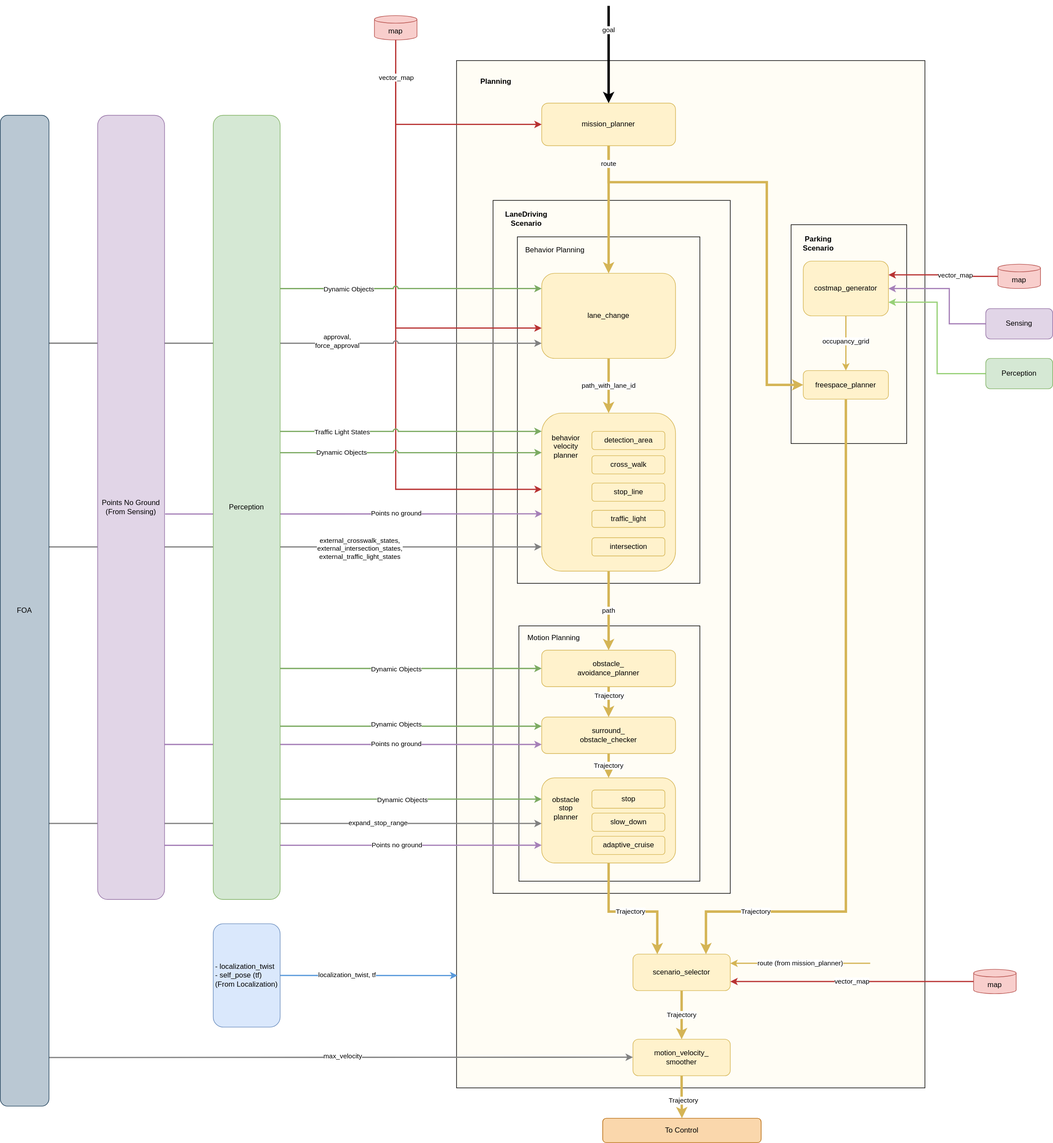
autowarefoundation/autoware.universe keeps this draw.io diagram as docs/design/software_architecture/Planning/image/autoware-iv-planning-v1.0.0.main.drawio.svg. Above is the earlier version. Source tidied: cells renumbered, new cells last; positions are measured from the earlier drawing's top-left corner, leaving out a move shared by most shapes.
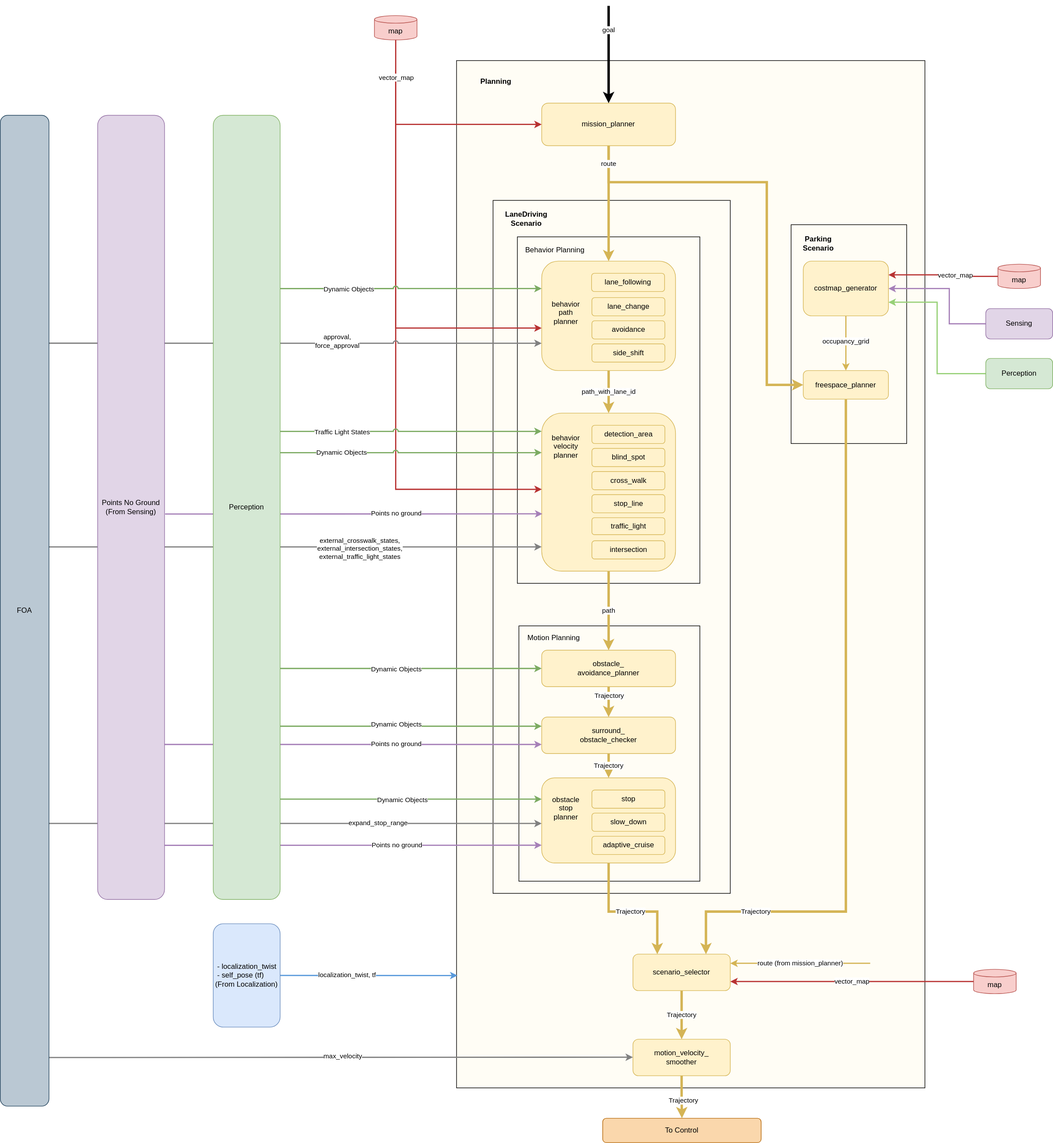
The same file after the commit.

Change to the diagram source:
```diff
@@ -20,8 +20,10 @@
     <mxCell id="7" value="Parking Scenario" style="text;html=1;strokeColor=none;align=center;verticalAlign=middle;whiteSpace=wrap;rounded=0;dashed=1;comic=0;labelBackgroundColor=none;labelBorderColor=none;fontStyle=1;" parent="1" vertex="1">
       <mxGeometry x="1300" y="376" width="90" height="30" as="geometry" />
     </mxCell>
-    <mxCell id="8" style="edgeStyle=orthogonalEdgeStyle;rounded=0;comic=0;jettySize=auto;html=1;startArrow=none;startFill=0;strokeColor=#D4B455;strokeWidth=4;" parent="1" edge="1" source="10" target="36">
-      <mxGeometry x="-0.38" relative="1" as="geometry" />
+    <mxCell id="8" style="edgeStyle=orthogonalEdgeStyle;rounded=0;comic=0;jettySize=auto;html=1;startArrow=none;startFill=0;strokeColor=#D4B455;strokeWidth=4;" parent="1" edge="1" source="10">
+      <mxGeometry x="-0.38" relative="1" as="geometry">
+        <mxPoint x="1000" y="420" as="targetPoint" />
+      </mxGeometry>
     </mxCell>
     <mxCell id="9" value="route" style="edgeStyle=orthogonalEdgeStyle;rounded=0;comic=0;jettySize=auto;html=1;entryX=0;entryY=0.5;entryDx=0;entryDy=0;strokeColor=#D4B455;strokeWidth=4;" parent="1" edge="1" source="10" target="32">
       <mxGeometry x="-0.92" relative="1" as="geometry">
@@ -35,26 +37,32 @@
     <mxCell id="10" value="mission_planner" style="rounded=1;whiteSpace=wrap;html=1;comic=0;fillColor=#fff2cc;strokeColor=#d6b656;sketch=0;shadow=0;" parent="1" vertex="1">
       <mxGeometry x="890" y="160" width="220" height="70" as="geometry" />
     </mxCell>
-    <mxCell id="11" value="path_with_lane_id" style="edgeStyle=none;rounded=0;comic=0;jettySize=auto;html=1;exitX=0.5;exitY=1;exitDx=0;exitDy=0;entryX=0.5;entryY=0;entryDx=0;entryDy=0;startArrow=none;startFill=0;strokeColor=#D4B455;strokeWidth=4;" parent="1" edge="1" source="36" target="13">
+    <mxCell id="11" value="path_with_lane_id" style="edgeStyle=none;rounded=0;comic=0;jettySize=auto;html=1;exitX=0.5;exitY=1;exitDx=0;exitDy=0;entryX=0.5;entryY=0;entryDx=0;entryDy=0;startArrow=none;startFill=0;strokeColor=#D4B455;strokeWidth=4;" parent="1" edge="1" source="94" target="13">
       <mxGeometry relative="1" as="geometry" />
     </mxCell>
+    <mxCell id="94" style="rounded=1;whiteSpace=wrap;html=1;comic=0;fillColor=#fff2cc;strokeColor=#d6b656;sketch=0;shadow=0;verticalAlign=top;" parent="1" vertex="1">
+      <mxGeometry x="890" y="420" width="220" height="180" as="geometry" />
+    </mxCell>
     <mxCell id="12" value="path" style="edgeStyle=none;rounded=0;comic=0;jettySize=auto;html=1;startArrow=none;startFill=0;entryX=0.5;entryY=0;entryDx=0;entryDy=0;strokeColor=#D4B455;strokeWidth=4;" parent="1" edge="1" source="13" target="19">
       <mxGeometry relative="1" as="geometry" />
     </mxCell>
     <mxCell id="13" style="rounded=1;whiteSpace=wrap;html=1;comic=0;fillColor=#fff2cc;strokeColor=#d6b656;verticalAlign=top;sketch=0;shadow=0;" parent="1" vertex="1">
       <mxGeometry x="890" y="670" width="220" height="260" as="geometry" />
     </mxCell>
+    <mxCell id="95" value="blind_spot" style="rounded=1;whiteSpace=wrap;html=1;comic=0;fillColor=#fff2cc;strokeColor=#d6b656;sketch=0;shadow=0;" parent="1" vertex="1">
+      <mxGeometry x="972.5" y="728" width="120" height="30" as="geometry" />
+    </mxCell>
     <mxCell id="14" value="cross_walk" style="rounded=1;whiteSpace=wrap;html=1;comic=0;fillColor=#fff2cc;strokeColor=#d6b656;sketch=0;shadow=0;" parent="1" vertex="1">
-      <mxGeometry x="972.5" y="740" width="120" height="30" as="geometry" />
+      <mxGeometry x="972.5" y="766" width="120" height="30" as="geometry" />
     </mxCell>
     <mxCell id="15" value="stop_line" style="rounded=1;whiteSpace=wrap;html=1;comic=0;fillColor=#fff2cc;strokeColor=#d6b656;sketch=0;shadow=0;" parent="1" vertex="1">
-      <mxGeometry x="972.5" y="785" width="120" height="30" as="geometry" />
+      <mxGeometry x="972.5" y="804" width="120" height="30" as="geometry" />
     </mxCell>
     <mxCell id="16" value="traffic_light" style="rounded=1;whiteSpace=wrap;html=1;comic=0;fillColor=#fff2cc;strokeColor=#d6b656;sketch=0;shadow=0;" parent="1" vertex="1">
-      <mxGeometry x="972.5" y="830" width="120" height="28" as="geometry" />
+      <mxGeometry x="972.5" y="842" width="120" height="28" as="geometry" />
     </mxCell>
     <mxCell id="17" value="intersection" style="rounded=1;whiteSpace=wrap;html=1;comic=0;fillColor=#fff2cc;strokeColor=#d6b656;sketch=0;shadow=0;" parent="1" vertex="1">
-      <mxGeometry x="972.5" y="875" width="120" height="30" as="geometry" />
+      <mxGeometry x="972.5" y="880" width="120" height="30" as="geometry" />
     </mxCell>
     <mxCell id="18" value="Trajectory" style="edgeStyle=none;rounded=0;comic=0;jettySize=auto;html=1;entryX=0.5;entryY=0;entryDx=0;entryDy=0;startArrow=none;startFill=0;strokeColor=#D4B455;strokeWidth=4;" parent="1" edge="1" source="19" target="21">
       <mxGeometry x="-0.4" y="1" relative="1" as="geometry" />
@@ -124,14 +132,23 @@
       <mxGeometry x="1320" y="420" width="140" height="90" as="geometry" />
     </mxCell>
     <mxCell id="35" value="detection_area" style="rounded=1;whiteSpace=wrap;html=1;comic=0;fillColor=#fff2cc;strokeColor=#d6b656;sketch=0;shadow=0;" parent="1" vertex="1">
-      <mxGeometry x="972.5" y="700" width="120" height="30" as="geometry" />
+      <mxGeometry x="972.5" y="690" width="120" height="30" as="geometry" />
     </mxCell>
+    <mxCell id="96" value="avoidance" style="rounded=1;whiteSpace=wrap;html=1;comic=0;fillColor=#fff2cc;strokeColor=#d6b656;sketch=0;shadow=0;" parent="1" vertex="1">
+      <mxGeometry x="972.5" y="518" width="120" height="30" as="geometry" />
+    </mxCell>
+    <mxCell id="97" value="side_shift" style="rounded=1;whiteSpace=wrap;html=1;comic=0;fillColor=#fff2cc;strokeColor=#d6b656;sketch=0;shadow=0;" parent="1" vertex="1">
+      <mxGeometry x="972.5" y="556" width="120" height="30" as="geometry" />
+    </mxCell>
     <mxCell id="36" value="lane_change" style="rounded=1;whiteSpace=wrap;html=1;comic=0;fillColor=#fff2cc;strokeColor=#d6b656;sketch=0;shadow=0;" parent="1" vertex="1">
-      <mxGeometry x="890" y="440" width="220" height="140" as="geometry" />
+      <mxGeometry x="972.5" y="480" width="120" height="30" as="geometry" />
     </mxCell>
     <mxCell id="37" value="behavior&lt;br&gt;velocity&lt;br&gt;planner" style="text;html=1;strokeColor=none;fillColor=none;align=center;verticalAlign=middle;whiteSpace=wrap;rounded=0;sketch=0;" parent="1" vertex="1">
       <mxGeometry x="900" y="700" width="60" height="50" as="geometry" />
     </mxCell>
+    <mxCell id="98" value="behavior&lt;br&gt;path&lt;br&gt;planner" style="text;html=1;strokeColor=none;fillColor=none;align=center;verticalAlign=middle;whiteSpace=wrap;rounded=0;sketch=0;" parent="1" vertex="1">
+      <mxGeometry x="900" y="480" width="60" height="50" as="geometry" />
+    </mxCell>
     <mxCell id="38" value="goal" style="endArrow=classic;html=1;entryX=0.5;entryY=0;entryDx=0;entryDy=0;strokeWidth=4;" parent="1" edge="1" target="10">
       <mxGeometry x="-0.5" relative="1" as="geometry">
         <mxPoint x="1000" as="sourcePoint" />
@@ -193,10 +210,8 @@
     <mxCell id="51" value="vector_map" style="edgeStyle=orthogonalEdgeStyle;rounded=0;comic=0;jettySize=auto;html=1;entryX=1;entryY=0.25;entryDx=0;entryDy=0;fontColor=#000000;strokeWidth=2;strokeColor=#B83232;exitX=0;exitY=0.5;exitDx=0;exitDy=0;exitPerimeter=0;" parent="1" edge="1" source="71" target="34">
       <mxGeometry x="-0.23" y="-2" relative="1" as="geometry" />
     </mxCell>
-    <mxCell id="52" style="rounded=0;comic=0;jettySize=auto;html=1;entryX=0;entryY=0.25;entryDx=0;entryDy=0;fontColor=#000000;strokeWidth=2;strokeColor=#7CAB62;jumpStyle=arc;exitX=0.518;exitY=0.221;exitDx=0;exitDy=0;exitPerimeter=0;" parent="1" edge="1" source="86">
-      <mxGeometry relative="1" as="geometry">
-        <mxPoint x="890" y="465" as="targetPoint" />
-      </mxGeometry>
+    <mxCell id="52" style="rounded=0;comic=0;jettySize=auto;html=1;entryX=0;entryY=0.25;entryDx=0;entryDy=0;fontColor=#000000;strokeWidth=2;strokeColor=#7CAB62;jumpStyle=arc;exitX=0.518;exitY=0.221;exitDx=0;exitDy=0;exitPerimeter=0;" parent="1" edge="1" source="86" target="94">
+      <mxGeometry relative="1" as="geometry" />
     </mxCell>
     <mxCell id="53" value="Dynamic Objects" style="edgeLabel;html=1;align=center;verticalAlign=middle;fontColor=#000000;" parent="52" vertex="1">
       <mxGeometry x="-0.57" relative="1" as="geometry">
@@ -302,10 +317,8 @@
     <mxCell id="75" value="&lt;div style=&quot;text-align: left&quot;&gt;&lt;span&gt;&amp;nbsp;- localization_twist&lt;/span&gt;&lt;/div&gt;&lt;div style=&quot;text-align: left&quot;&gt;&lt;span&gt;&amp;nbsp;- self_pose (tf)&lt;/span&gt;&lt;/div&gt;&lt;div style=&quot;text-align: left&quot;&gt;&lt;span&gt;(From Localization)&lt;/span&gt;&lt;/div&gt;" style="rounded=1;whiteSpace=wrap;html=1;comic=0;fillColor=#dae8fc;strokeColor=#6c8ebf;sketch=0;shadow=0;" parent="1" vertex="1">
       <mxGeometry x="350" y="1510" width="110" height="170" as="geometry" />
     </mxCell>
-    <mxCell id="76" style="rounded=0;comic=0;jumpStyle=arc;jettySize=auto;html=1;entryX=0;entryY=0.75;entryDx=0;entryDy=0;fontColor=#000000;strokeColor=#808080;strokeWidth=2;exitX=0.113;exitY=0.23;exitDx=0;exitDy=0;exitPerimeter=0;" parent="1" edge="1" source="89">
-      <mxGeometry relative="1" as="geometry">
-        <mxPoint x="890" y="555" as="targetPoint" />
-      </mxGeometry>
+    <mxCell id="76" style="rounded=0;comic=0;jumpStyle=arc;jettySize=auto;html=1;entryX=0;entryY=0.75;entryDx=0;entryDy=0;fontColor=#000000;strokeColor=#808080;strokeWidth=2;exitX=0.113;exitY=0.23;exitDx=0;exitDy=0;exitPerimeter=0;" parent="1" edge="1" source="89" target="94">
+      <mxGeometry relative="1" as="geometry" />
     </mxCell>
     <mxCell id="77" value="approval,&lt;br&gt;force_approval" style="edgeLabel;html=1;align=center;verticalAlign=middle;fontColor=#000000;" parent="76" vertex="1">
       <mxGeometry x="0.24" y="3" relative="1" as="geometry" />
@@ -381,5 +394,8 @@
     <mxCell id="93" value="Perception" style="rounded=1;whiteSpace=wrap;html=1;comic=0;fillColor=#d5e8d4;strokeColor=#82b366;sketch=0;shadow=0;" parent="1" vertex="1">
       <mxGeometry x="1620" y="580" width="110" height="50" as="geometry" />
     </mxCell>
+    <mxCell id="99" value="lane_following" style="rounded=1;whiteSpace=wrap;html=1;comic=0;fillColor=#fff2cc;strokeColor=#d6b656;sketch=0;shadow=0;" parent="1" vertex="1">
+      <mxGeometry x="972" y="440" width="120" height="30" as="geometry" />
+    </mxCell>
   </root>
 </mxGraphModel>
```
